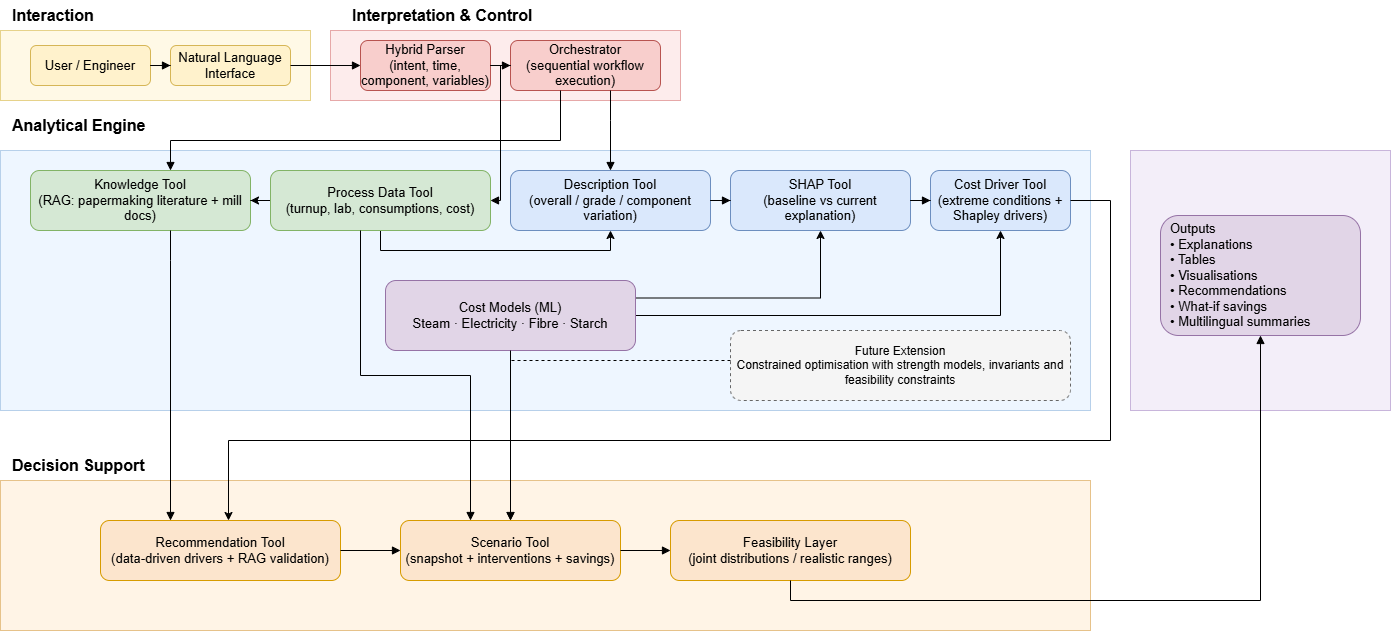
Before: costimiser_full_final_diagram.drawio.png, a diagram exported from draw.io (Miggon-dev/costimiser2). Source tidied: cells renumbered, new cells last; positions are measured from the earlier drawing's top-left corner, leaving out a move shared by most shapes. The source it was exported from:
```xml
<mxGraphModel>
  <root>
    <mxCell id="0" />
    <mxCell id="1" parent="0" />
    <mxCell id="2" value="Interaction" style="text;html=1;strokeColor=none;fillColor=none;align=left;verticalAlign=middle;fontStyle=1;fontSize=16;" parent="1" vertex="1">
      <mxGeometry x="10" width="200" height="30" as="geometry" />
    </mxCell>
    <mxCell id="3" value="Interpretation &amp; Control" style="text;html=1;strokeColor=none;fillColor=none;align=left;verticalAlign=middle;fontStyle=1;fontSize=16;" parent="1" vertex="1">
      <mxGeometry x="350" width="280" height="30" as="geometry" />
    </mxCell>
    <mxCell id="4" value="Analytical Engine" style="text;html=1;strokeColor=none;fillColor=none;align=left;verticalAlign=middle;fontStyle=1;fontSize=16;" parent="1" vertex="1">
      <mxGeometry x="10" y="110" width="220" height="30" as="geometry" />
    </mxCell>
    <mxCell id="5" value="Decision Support" style="text;html=1;strokeColor=none;fillColor=none;align=left;verticalAlign=middle;fontStyle=1;fontSize=16;" parent="1" vertex="1">
      <mxGeometry x="10" y="450" width="220" height="30" as="geometry" />
    </mxCell>
    <mxCell id="6" value="Output" style="text;html=1;strokeColor=none;fillColor=none;align=left;verticalAlign=middle;fontStyle=1;fontSize=16;" parent="1" vertex="1">
      <mxGeometry x="1150" y="280" width="120" height="30" as="geometry" />
    </mxCell>
    <mxCell id="7" style="rounded=0;whiteSpace=wrap;html=1;fillColor=#FFF9E6;strokeColor=#E6D28A;" parent="1" vertex="1">
      <mxGeometry y="30" width="310" height="70" as="geometry" />
    </mxCell>
    <mxCell id="8" style="rounded=0;whiteSpace=wrap;html=1;fillColor=#FDECEC;strokeColor=#E6A8A8;" parent="1" vertex="1">
      <mxGeometry x="330" y="30" width="350" height="70" as="geometry" />
    </mxCell>
    <mxCell id="9" style="rounded=0;whiteSpace=wrap;html=1;fillColor=#EEF6FF;strokeColor=#B7D0EA;" parent="1" vertex="1">
      <mxGeometry y="150" width="1090" height="260" as="geometry" />
    </mxCell>
    <mxCell id="10" style="rounded=0;whiteSpace=wrap;html=1;fillColor=#FFF4E6;strokeColor=#E6C28A;" parent="1" vertex="1">
      <mxGeometry y="480" width="1090" height="150" as="geometry" />
    </mxCell>
    <mxCell id="11" style="rounded=0;whiteSpace=wrap;html=1;fillColor=#F3EEF9;strokeColor=#C8B5DB;" parent="1" vertex="1">
      <mxGeometry x="1130" y="150" width="260" height="260" as="geometry" />
    </mxCell>
    <mxCell id="12" value="User / Engineer" style="rounded=1;whiteSpace=wrap;html=1;fillColor=#FFF2CC;strokeColor=#D6B656;fontSize=13;" parent="1" vertex="1">
      <mxGeometry x="30" y="45" width="120" height="40" as="geometry" />
    </mxCell>
    <mxCell id="13" value="Natural Language Interface" style="rounded=1;whiteSpace=wrap;html=1;fillColor=#FFF2CC;strokeColor=#D6B656;fontSize=13;" parent="1" vertex="1">
      <mxGeometry x="170" y="45" width="120" height="40" as="geometry" />
    </mxCell>
    <mxCell id="14" value="Hybrid Parser&#10;(intent, time, component, variables)" style="rounded=1;whiteSpace=wrap;html=1;fillColor=#F8CECC;strokeColor=#B85450;fontSize=13;" parent="1" vertex="1">
      <mxGeometry x="360" y="40" width="130" height="50" as="geometry" />
    </mxCell>
    <mxCell id="15" value="Orchestrator&#10;(sequential workflow execution)" style="rounded=1;whiteSpace=wrap;html=1;fillColor=#F8CECC;strokeColor=#B85450;fontSize=13;" parent="1" vertex="1">
      <mxGeometry x="510" y="40" width="150" height="50" as="geometry" />
    </mxCell>
    <mxCell id="16" value="Knowledge Tool&#10;(RAG: papermaking literature + mill docs)" style="rounded=1;whiteSpace=wrap;html=1;fillColor=#D5E8D4;strokeColor=#82B366;fontSize=13;" parent="1" vertex="1">
      <mxGeometry x="30" y="170" width="220" height="60" as="geometry" />
    </mxCell>
    <mxCell id="17" style="edgeStyle=orthogonalEdgeStyle;rounded=0;jettySize=auto;html=1;" parent="1" edge="1" source="19" target="16">
      <mxGeometry relative="1" as="geometry" />
    </mxCell>
    <mxCell id="18" style="edgeStyle=orthogonalEdgeStyle;rounded=0;jettySize=auto;html=1;exitX=0.5;exitY=1;exitDx=0;exitDy=0;entryX=0.5;entryY=1;entryDx=0;entryDy=0;" parent="1" edge="1" source="19" target="20">
      <mxGeometry relative="1" as="geometry" />
    </mxCell>
    <mxCell id="19" value="Process Data Tool&#10;(turnup, lab, consumptions, cost)" style="rounded=1;whiteSpace=wrap;html=1;fillColor=#D5E8D4;strokeColor=#82B366;fontSize=13;" parent="1" vertex="1">
      <mxGeometry x="270" y="170" width="220" height="60" as="geometry" />
    </mxCell>
    <mxCell id="20" value="Description Tool&#10;(overall / grade / component variation)" style="rounded=1;whiteSpace=wrap;html=1;fillColor=#DAE8FC;strokeColor=#6C8EBF;fontSize=13;" parent="1" vertex="1">
      <mxGeometry x="510" y="170" width="200" height="60" as="geometry" />
    </mxCell>
    <mxCell id="21" value="SHAP Tool&#10;(baseline vs current explanation)" style="rounded=1;whiteSpace=wrap;html=1;fillColor=#DAE8FC;strokeColor=#6C8EBF;fontSize=13;" parent="1" vertex="1">
      <mxGeometry x="730" y="170" width="180" height="60" as="geometry" />
    </mxCell>
    <mxCell id="22" value="Cost Driver Tool&#10;(extreme conditions + Shapley drivers)" style="rounded=1;whiteSpace=wrap;html=1;fillColor=#DAE8FC;strokeColor=#6C8EBF;fontSize=13;" parent="1" vertex="1">
      <mxGeometry x="930" y="170" width="140" height="60" as="geometry" />
    </mxCell>
    <mxCell id="23" style="edgeStyle=orthogonalEdgeStyle;rounded=0;jettySize=auto;html=1;exitX=1;exitY=0.5;exitDx=0;exitDy=0;entryX=0.5;entryY=1;entryDx=0;entryDy=0;" parent="1" edge="1" source="25" target="22">
      <mxGeometry relative="1" as="geometry" />
    </mxCell>
    <mxCell id="24" style="edgeStyle=orthogonalEdgeStyle;rounded=0;jettySize=auto;html=1;exitX=1;exitY=0.25;exitDx=0;exitDy=0;entryX=0.5;entryY=1;entryDx=0;entryDy=0;" parent="1" edge="1" source="25" target="21">
      <mxGeometry relative="1" as="geometry" />
    </mxCell>
    <mxCell id="25" value="Cost Models (ML)&#10;Steam · Electricity · Fibre · Starch" style="rounded=1;whiteSpace=wrap;html=1;fillColor=#E1D5E7;strokeColor=#9673A6;fontSize=13;" parent="1" vertex="1">
      <mxGeometry x="385" y="280" width="250" height="70" as="geometry" />
    </mxCell>
    <mxCell id="26" value="Future Extension&#10;Constrained optimisation with strength models, invariants and feasibility constraints" style="rounded=1;whiteSpace=wrap;html=1;dashed=1;fillColor=#F5F5F5;strokeColor=#666666;fontSize=12;" parent="1" vertex="1">
      <mxGeometry x="730" y="330" width="340" height="70" as="geometry" />
    </mxCell>
    <mxCell id="27" value="Recommendation Tool&#10;(data-driven drivers + RAG validation)" style="rounded=1;whiteSpace=wrap;html=1;fillColor=#FCE5CD;strokeColor=#D79B00;fontSize=13;" parent="1" vertex="1">
      <mxGeometry x="100" y="520" width="240" height="60" as="geometry" />
    </mxCell>
    <mxCell id="28" value="Scenario Tool&#10;(snapshot + interventions + savings)" style="rounded=1;whiteSpace=wrap;html=1;fillColor=#FCE5CD;strokeColor=#D79B00;fontSize=13;" parent="1" vertex="1">
      <mxGeometry x="400" y="520" width="220" height="60" as="geometry" />
    </mxCell>
    <mxCell id="29" value="Feasibility Layer&#10;(joint distributions / realistic ranges)" style="rounded=1;whiteSpace=wrap;html=1;fillColor=#FCE5CD;strokeColor=#D79B00;fontSize=13;" parent="1" vertex="1">
      <mxGeometry x="670" y="520" width="240" height="60" as="geometry" />
    </mxCell>
    <mxCell id="30" value="Outputs&#10;• Explanations&#10;• Tables&#10;• Visualisations&#10;• Recommendations&#10;• What-if savings&#10;• Multilingual summaries" style="rounded=1;whiteSpace=wrap;html=1;align=left;spacingLeft=8;fillColor=#E1D5E7;strokeColor=#9673A6;fontSize=13;" parent="1" vertex="1">
      <mxGeometry x="1160" y="215" width="200" height="120" as="geometry" />
    </mxCell>
    <mxCell id="31" style="edgeStyle=orthogonalEdgeStyle;rounded=0;jettySize=auto;html=1;endArrow=block;endFill=1;" parent="1" edge="1" source="12" target="13">
      <mxGeometry relative="1" as="geometry" />
    </mxCell>
    <mxCell id="32" style="edgeStyle=orthogonalEdgeStyle;rounded=0;jettySize=auto;html=1;endArrow=block;endFill=1;" parent="1" edge="1" source="13" target="14">
      <mxGeometry relative="1" as="geometry" />
    </mxCell>
    <mxCell id="33" style="edgeStyle=orthogonalEdgeStyle;rounded=0;jettySize=auto;html=1;endArrow=block;endFill=1;" parent="1" edge="1" source="14" target="15">
      <mxGeometry relative="1" as="geometry" />
    </mxCell>
    <mxCell id="34" style="edgeStyle=orthogonalEdgeStyle;rounded=0;jettySize=auto;html=1;endArrow=block;endFill=1;" parent="1" edge="1" source="15" target="16">
      <mxGeometry relative="1" as="geometry">
        <Array as="points">
          <mxPoint x="560" y="140" />
          <mxPoint x="170" y="140" />
        </Array>
      </mxGeometry>
    </mxCell>
    <mxCell id="35" style="edgeStyle=orthogonalEdgeStyle;rounded=0;jettySize=auto;html=1;endArrow=block;endFill=1;" parent="1" edge="1" source="15" target="19">
      <mxGeometry relative="1" as="geometry">
        <Array as="points">
          <mxPoint x="500" y="65" />
          <mxPoint x="500" y="200" />
        </Array>
      </mxGeometry>
    </mxCell>
    <mxCell id="36" style="edgeStyle=orthogonalEdgeStyle;rounded=0;jettySize=auto;html=1;endArrow=block;endFill=1;" parent="1" edge="1" source="15" target="20">
      <mxGeometry relative="1" as="geometry">
        <Array as="points">
          <mxPoint x="610" y="120" />
          <mxPoint x="610" y="120" />
        </Array>
      </mxGeometry>
    </mxCell>
    <mxCell id="37" style="edgeStyle=orthogonalEdgeStyle;rounded=0;jettySize=auto;html=1;endArrow=block;endFill=1;" parent="1" edge="1" source="20" target="21">
      <mxGeometry relative="1" as="geometry" />
    </mxCell>
    <mxCell id="38" style="edgeStyle=orthogonalEdgeStyle;rounded=0;jettySize=auto;html=1;endArrow=block;endFill=1;" parent="1" edge="1" source="21" target="22">
      <mxGeometry relative="1" as="geometry" />
    </mxCell>
    <mxCell id="39" style="edgeStyle=orthogonalEdgeStyle;rounded=0;jettySize=auto;html=1;endArrow=block;endFill=1;" parent="1" edge="1" source="16" target="27">
      <mxGeometry relative="1" as="geometry">
        <Array as="points">
          <mxPoint x="170" y="260" />
          <mxPoint x="170" y="260" />
        </Array>
      </mxGeometry>
    </mxCell>
    <mxCell id="40" style="edgeStyle=orthogonalEdgeStyle;rounded=0;jettySize=auto;html=1;endArrow=block;endFill=1;" parent="1" edge="1" source="27" target="28">
      <mxGeometry relative="1" as="geometry" />
    </mxCell>
    <mxCell id="41" style="edgeStyle=orthogonalEdgeStyle;rounded=0;jettySize=auto;html=1;endArrow=block;endFill=1;" parent="1" edge="1" source="25" target="28">
      <mxGeometry relative="1" as="geometry" />
    </mxCell>
    <mxCell id="42" style="edgeStyle=orthogonalEdgeStyle;rounded=0;jettySize=auto;html=1;endArrow=block;endFill=1;" parent="1" edge="1" source="19" target="28">
      <mxGeometry relative="1" as="geometry">
        <Array as="points">
          <mxPoint x="360" y="375" />
          <mxPoint x="470" y="375" />
        </Array>
      </mxGeometry>
    </mxCell>
    <mxCell id="43" style="edgeStyle=orthogonalEdgeStyle;rounded=0;jettySize=auto;html=1;endArrow=block;endFill=1;" parent="1" edge="1" source="28" target="29">
      <mxGeometry relative="1" as="geometry" />
    </mxCell>
    <mxCell id="44" style="edgeStyle=orthogonalEdgeStyle;rounded=0;jettySize=auto;html=1;endArrow=block;endFill=1;" parent="1" edge="1" source="29" target="30">
      <mxGeometry relative="1" as="geometry">
        <Array as="points">
          <mxPoint x="790" y="600" />
          <mxPoint x="1260" y="600" />
        </Array>
      </mxGeometry>
    </mxCell>
    <mxCell id="45" style="edgeStyle=orthogonalEdgeStyle;rounded=0;jettySize=auto;html=1;dashed=1;endArrow=open;endFill=0;" parent="1" edge="1" source="26" target="28">
      <mxGeometry relative="1" as="geometry">
        <Array as="points">
          <mxPoint x="850" y="360" />
          <mxPoint x="510" y="360" />
        </Array>
      </mxGeometry>
    </mxCell>
    <mxCell id="46" style="edgeStyle=orthogonalEdgeStyle;rounded=0;jettySize=auto;html=1;exitX=1;exitY=0.5;exitDx=0;exitDy=0;" parent="1" edge="1" source="22">
      <mxGeometry relative="1" as="geometry">
        <mxPoint x="228" y="520" as="targetPoint" />
        <Array as="points">
          <mxPoint x="1110" y="200" />
          <mxPoint x="1110" y="440" />
          <mxPoint x="228" y="440" />
        </Array>
      </mxGeometry>
    </mxCell>
  </root>
</mxGraphModel>
```
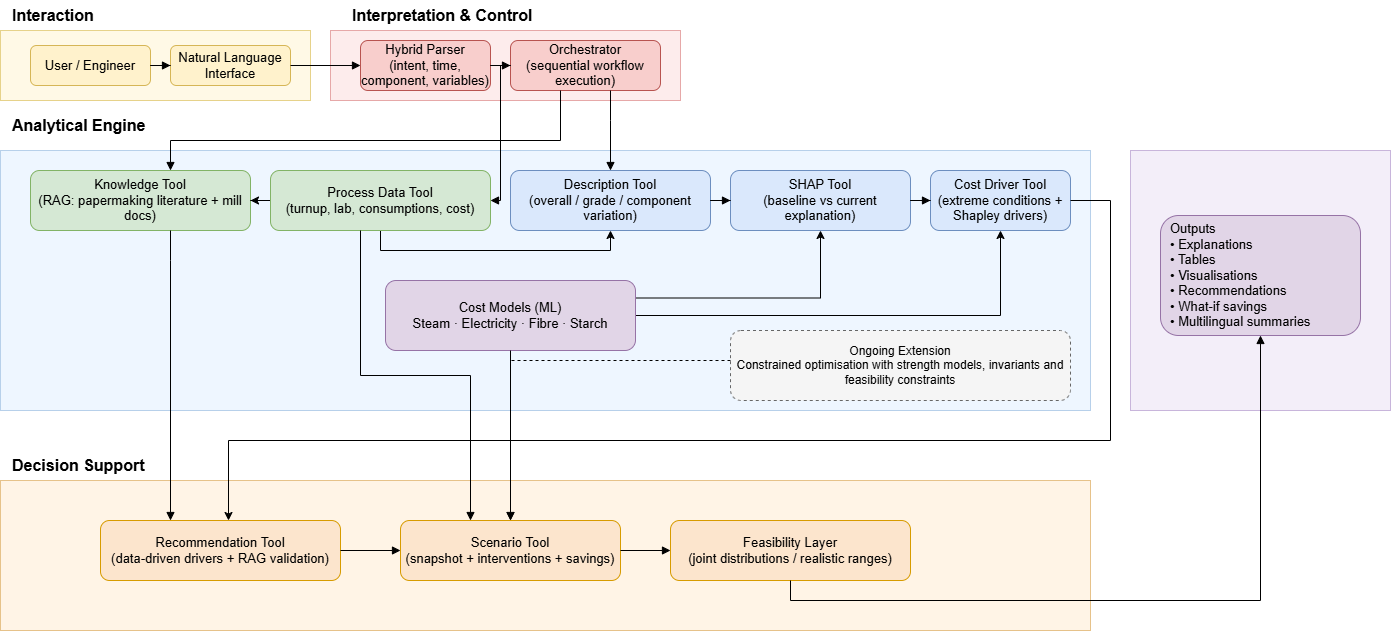
After the change.

Diff of the diagram source:
```diff
@@ -74,7 +74,7 @@
     <mxCell id="25" value="Cost Models (ML)&#10;Steam · Electricity · Fibre · Starch" style="rounded=1;whiteSpace=wrap;html=1;fillColor=#E1D5E7;strokeColor=#9673A6;fontSize=13;" parent="1" vertex="1">
       <mxGeometry x="385" y="280" width="250" height="70" as="geometry" />
     </mxCell>
-    <mxCell id="26" value="Future Extension&#10;Constrained optimisation with strength models, invariants and feasibility constraints" style="rounded=1;whiteSpace=wrap;html=1;dashed=1;fillColor=#F5F5F5;strokeColor=#666666;fontSize=12;" parent="1" vertex="1">
+    <mxCell id="26" value="Ongoing Extension&lt;br&gt;Constrained optimisation with strength models, invariants and feasibility constraints" style="rounded=1;whiteSpace=wrap;html=1;dashed=1;fillColor=#F5F5F5;strokeColor=#666666;fontSize=12;" parent="1" vertex="1">
       <mxGeometry x="730" y="330" width="340" height="70" as="geometry" />
     </mxCell>
     <mxCell id="27" value="Recommendation Tool&#10;(data-driven drivers + RAG validation)" style="rounded=1;whiteSpace=wrap;html=1;fillColor=#FCE5CD;strokeColor=#D79B00;fontSize=13;" parent="1" vertex="1">
```
